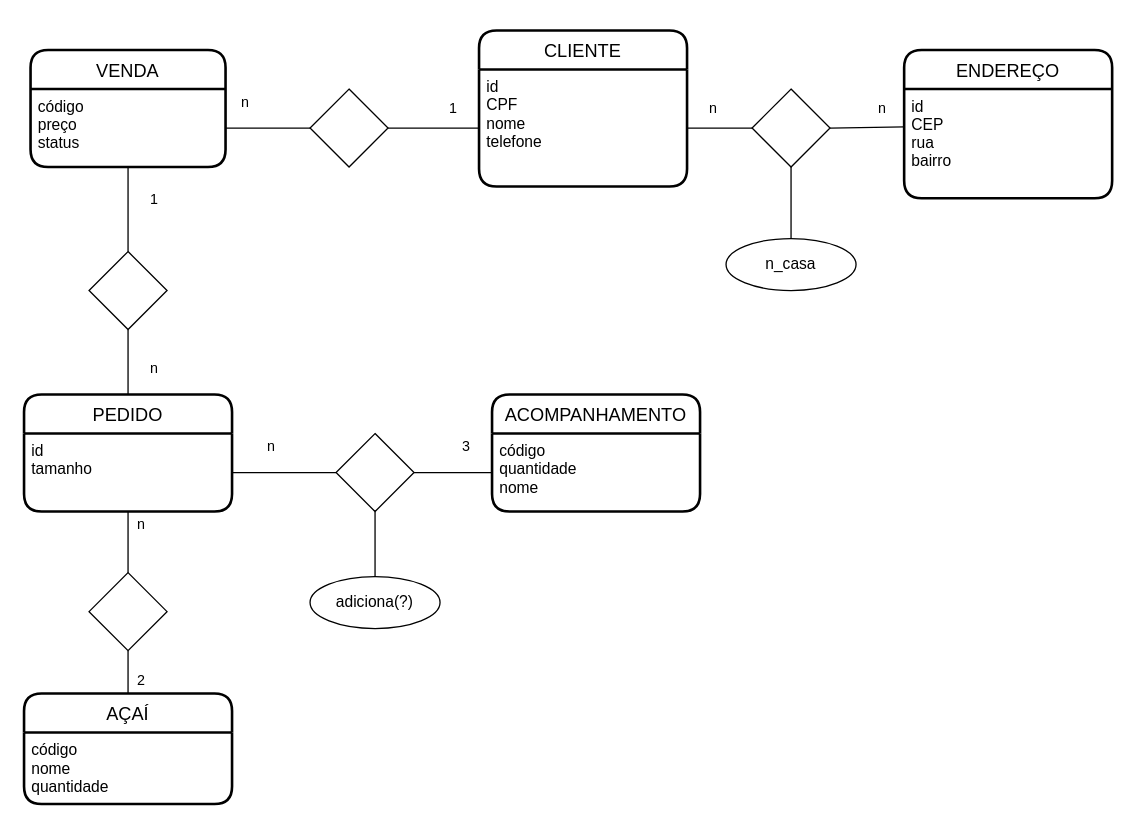
Before: Untitled Diagram.drawio in juliaDmiranda/Banco-de-Dados, a draw.io diagram. Source tidied: cells renumbered, new cells numbered last; positions are measured from the earlier drawing's top-left corner, leaving out a move shared by most shapes. Both pictures are drawn from the tidied source at 130%, with x=0, y=0 at pixel (23, 30).
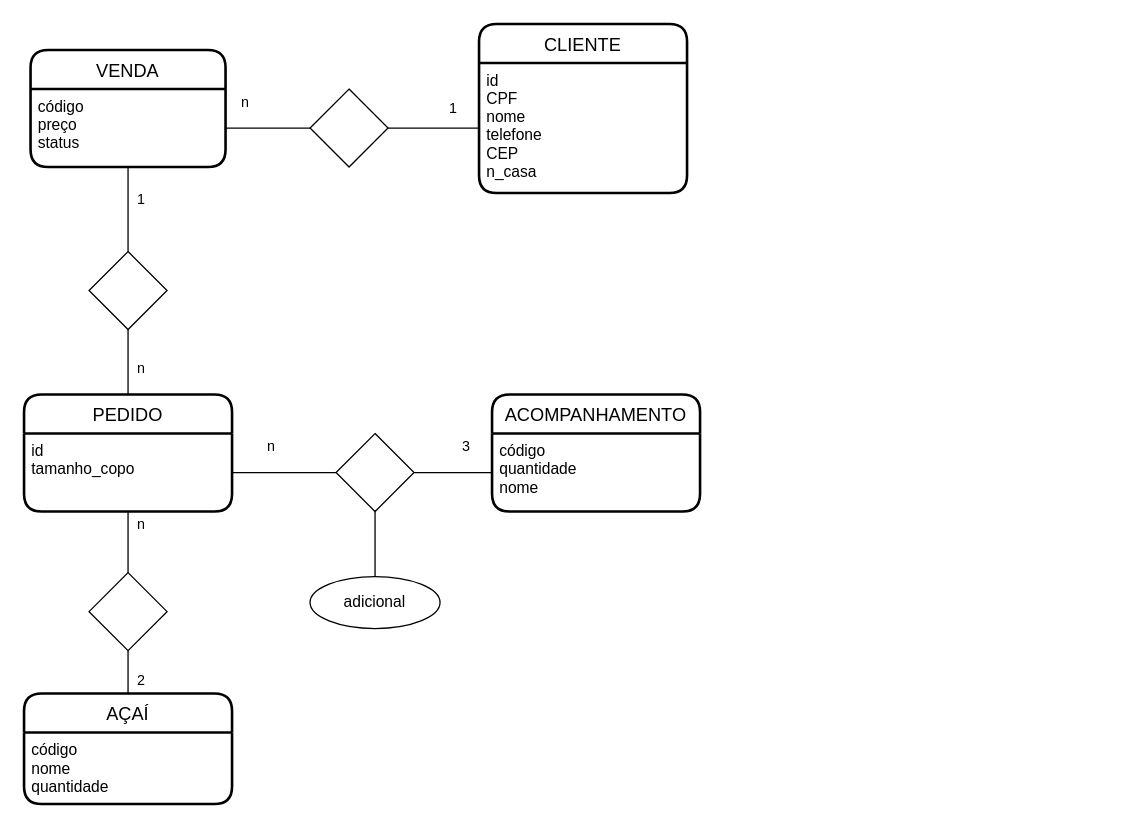
After the change.

The change refers to these unchanged cells:
```xml
<mxCell id="4" value="PEDIDO" style="swimlane;horizontal=1;startSize=30;rounded=1;fontSize=14;fontStyle=0;strokeWidth=2;shadow=0;dashed=0;align=center;" parent="1" vertex="1">
  <mxGeometry y="280" width="160" height="90" as="geometry" />
</mxCell>
```

Diff of the diagram source:
```diff
@@
-    <mxCell id="5" value="id&#10;tamanho" style="align=left;strokeColor=none;fillColor=none;spacingLeft=4;fontSize=12;verticalAlign=top;" parent="4" vertex="1">
+    <mxCell id="5" value="id&#10;tamanho_copo" style="align=left;strokeColor=none;fillColor=none;spacingLeft=4;fontSize=12;verticalAlign=top;" parent="4" vertex="1">
       <mxGeometry y="30" width="160" height="60" as="geometry" />
     </mxCell>
@@
     <mxCell id="8" value="CLIENTE" style="swimlane;horizontal=1;startSize=30;rounded=1;fontSize=14;fontStyle=0;strokeWidth=2;shadow=0;dashed=0;align=center;" parent="1" vertex="1">
-      <mxGeometry x="350" width="160" height="120" as="geometry" />
+      <mxGeometry x="350" y="-5" width="160" height="130" as="geometry" />
     </mxCell>
-    <mxCell id="9" value="id&#10;CPF&#10;nome&#10;telefone" style="align=left;strokeColor=none;fillColor=none;spacingLeft=4;fontSize=12;verticalAlign=top;" parent="8" vertex="1">
-      <mxGeometry y="30" width="160" height="90" as="geometry" />
+    <mxCell id="9" value="id&#10;CPF&#10;nome&#10;telefone&#10;CEP&#10;n_casa" style="align=left;strokeColor=none;fillColor=none;spacingLeft=4;fontSize=12;verticalAlign=top;" parent="8" vertex="1">
+      <mxGeometry y="30" width="160" height="100" as="geometry" />
     </mxCell>
-    <mxCell id="10" value="ENDEREÇO" style="swimlane;horizontal=1;startSize=30;rounded=1;fontSize=14;fontStyle=0;strokeWidth=2;shadow=0;dashed=0;align=center;" parent="1" vertex="1">
-      <mxGeometry x="677" y="15" width="160" height="114" as="geometry" />
-    </mxCell>
-    <mxCell id="11" value="id&#10;CEP&#10;rua&#10;bairro" style="align=left;strokeColor=none;fillColor=none;spacingLeft=4;fontSize=12;verticalAlign=top;" parent="10" vertex="1">
-      <mxGeometry y="30" width="160" height="84" as="geometry" />
-    </mxCell>
@@
-    <mxCell id="13" style="shape=rhombus;perimeter=rhombusPerimeter;whiteSpace=wrap;html=1;align=center;" parent="1" vertex="1">
-      <mxGeometry x="560" y="45" width="60" height="60" as="geometry" />
-    </mxCell>
@@
-    <mxCell id="15" value="adiciona(?)" style="ellipse;whiteSpace=wrap;html=1;align=center;" parent="1" vertex="1">
+    <mxCell id="15" value="adicional" style="ellipse;whiteSpace=wrap;html=1;align=center;" parent="1" vertex="1">
       <mxGeometry x="220" y="420" width="100" height="40" as="geometry" />
     </mxCell>
@@
-    <mxCell id="29" style="endArrow=none;html=1;rounded=0;labelBackgroundColor=default;fontFamily=Helvetica;fontSize=11;fontColor=default;strokeColor=default;shape=connector;entryX=0;entryY=0.5;entryDx=0;entryDy=0;exitX=1;exitY=0.5;exitDx=0;exitDy=0;" parent="1" edge="1" source="9" target="13">
-      <mxGeometry relative="1" as="geometry" />
-    </mxCell>
-    <mxCell id="30" style="endArrow=none;html=1;rounded=0;labelBackgroundColor=default;fontFamily=Helvetica;fontSize=11;fontColor=default;strokeColor=default;shape=connector;exitX=1;exitY=0.5;exitDx=0;exitDy=0;entryX=0.002;entryY=0.346;entryDx=0;entryDy=0;entryPerimeter=0;" parent="1" edge="1" source="13" target="11">
-      <mxGeometry relative="1" as="geometry" />
-    </mxCell>
@@
     <mxCell id="34" value="1" style="text;html=1;align=center;verticalAlign=middle;strokeColor=none;fillColor=none;fontSize=11;fontFamily=Helvetica;fontColor=default;" parent="1" vertex="1">
-      <mxGeometry x="90" y="120" width="20" height="20" as="geometry" />
+      <mxGeometry x="80" y="120" width="20" height="20" as="geometry" />
     </mxCell>
     <mxCell id="35" value="n" style="text;html=1;align=center;verticalAlign=middle;strokeColor=none;fillColor=none;fontSize=11;fontFamily=Helvetica;fontColor=default;" parent="1" vertex="1">
-      <mxGeometry x="90" y="250" width="20" height="20" as="geometry" />
+      <mxGeometry x="80" y="250" width="20" height="20" as="geometry" />
     </mxCell>
@@
-    <mxCell id="38" value="n" style="text;html=1;align=center;verticalAlign=middle;strokeColor=none;fillColor=none;fontSize=11;fontFamily=Helvetica;fontColor=default;" parent="1" vertex="1">
-      <mxGeometry x="520" y="50" width="20" height="20" as="geometry" />
-    </mxCell>
-    <mxCell id="39" value="n" style="text;html=1;align=center;verticalAlign=middle;strokeColor=none;fillColor=none;fontSize=11;fontFamily=Helvetica;fontColor=default;" parent="1" vertex="1">
-      <mxGeometry x="650" y="50" width="20" height="20" as="geometry" />
-    </mxCell>
@@
-    <mxCell id="42" value="n_casa" style="ellipse;whiteSpace=wrap;html=1;align=center;" parent="1" vertex="1">
-      <mxGeometry x="540" y="160" width="100" height="40" as="geometry" />
-    </mxCell>
-    <mxCell id="43" style="endArrow=none;html=1;rounded=0;labelBackgroundColor=default;fontFamily=Helvetica;fontSize=11;fontColor=default;strokeColor=default;shape=connector;entryX=0.5;entryY=0;entryDx=0;entryDy=0;exitX=0.5;exitY=1;exitDx=0;exitDy=0;" parent="1" edge="1" source="13" target="42">
-      <mxGeometry relative="1" as="geometry" />
-    </mxCell>
```
